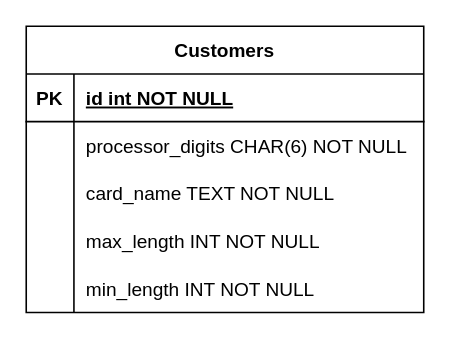
Before: Database Diagram.drawio in SorenEdwards/py-credit-card-validity, a draw.io diagram. Source tidied: cells renumbered, new cells numbered last; positions are measured from the earlier drawing's top-left corner, leaving out a move shared by most shapes. Both pictures are drawn from the tidied source at 159%, with x=0, y=0 at pixel (25, 25).
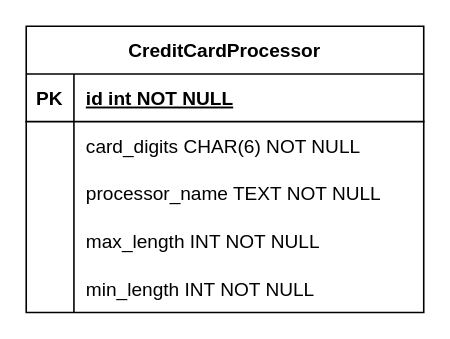
After the change.

The edit, as a diff of the source:
```diff
@@
 <mxGraphModel>
   <root>
     <mxCell id="0" />
     <mxCell id="1" parent="0" />
-    <mxCell id="2" value="Customers" style="shape=table;startSize=30;childLayout=tableLayout;rowLines=0;fontStyle=1;align=center;" parent="1" vertex="1">
+    <mxCell id="2" value="CreditCardProcessor" style="shape=table;startSize=30;childLayout=tableLayout;rowLines=0;fontStyle=1;align=center;" parent="1" vertex="1">
       <mxGeometry width="250" height="180" as="geometry" />
     </mxCell>
     <mxCell id="3" style="shape=partialRectangle;fillColor=none;top=0;left=0;right=0;bottom=1;" parent="2" vertex="1">
       <mxGeometry y="30" width="250" height="30" as="geometry" />
     </mxCell>
     <mxCell id="4" value="PK" style="shape=partialRectangle;overflow=hidden;fillColor=none;top=0;left=0;bottom=0;right=0;fontStyle=1;" parent="3" vertex="1">
       <mxGeometry width="30" height="30" as="geometry" />
     </mxCell>
     <mxCell id="5" value="id int NOT NULL " style="shape=partialRectangle;overflow=hidden;fillColor=none;top=0;left=0;bottom=0;right=0;align=left;spacingLeft=6;fontStyle=5;" parent="3" vertex="1">
       <mxGeometry x="30" width="220" height="30" as="geometry" />
     </mxCell>
     <mxCell id="6" style="shape=partialRectangle;fillColor=none;top=0;left=0;right=0;bottom=0;" parent="2" vertex="1">
       <mxGeometry y="60" width="250" height="30" as="geometry" />
     </mxCell>
     <mxCell id="7" style="shape=partialRectangle;overflow=hidden;fillColor=none;top=0;left=0;bottom=0;right=0;" parent="6" vertex="1">
       <mxGeometry width="30" height="30" as="geometry" />
     </mxCell>
-    <mxCell id="8" value="processor_digits CHAR(6) NOT NULL" style="shape=partialRectangle;overflow=hidden;fillColor=none;top=0;left=0;bottom=0;right=0;align=left;spacingLeft=6;" parent="6" vertex="1">
+    <mxCell id="8" value="card_digits CHAR(6) NOT NULL" style="shape=partialRectangle;overflow=hidden;fillColor=none;top=0;left=0;bottom=0;right=0;align=left;spacingLeft=6;" parent="6" vertex="1">
       <mxGeometry x="30" width="220" height="30" as="geometry" />
     </mxCell>
     <mxCell id="9" style="shape=partialRectangle;fillColor=none;top=0;left=0;right=0;bottom=0;" parent="2" vertex="1">
       <mxGeometry y="90" width="250" height="30" as="geometry" />
     </mxCell>
     <mxCell id="10" style="shape=partialRectangle;overflow=hidden;fillColor=none;top=0;left=0;bottom=0;right=0;" parent="9" vertex="1">
       <mxGeometry width="30" height="30" as="geometry" />
     </mxCell>
-    <mxCell id="11" value="card_name TEXT NOT NULL" style="shape=partialRectangle;overflow=hidden;fillColor=none;top=0;left=0;bottom=0;right=0;align=left;spacingLeft=6;" parent="9" vertex="1">
+    <mxCell id="11" value="processor_name TEXT NOT NULL" style="shape=partialRectangle;overflow=hidden;fillColor=none;top=0;left=0;bottom=0;right=0;align=left;spacingLeft=6;" parent="9" vertex="1">
       <mxGeometry x="30" width="220" height="30" as="geometry" />
     </mxCell>
     <mxCell id="12" style="shape=partialRectangle;fillColor=none;top=0;left=0;right=0;bottom=0;" parent="2" vertex="1">
       <mxGeometry y="120" width="250" height="30" as="geometry" />
     </mxCell>
     <mxCell id="13" style="shape=partialRectangle;overflow=hidden;fillColor=none;top=0;left=0;bottom=0;right=0;" parent="12" vertex="1">
       <mxGeometry width="30" height="30" as="geometry" />
     </mxCell>
     <mxCell id="14" value="max_length INT NOT NULL" style="shape=partialRectangle;overflow=hidden;fillColor=none;top=0;left=0;bottom=0;right=0;align=left;spacingLeft=6;" parent="12" vertex="1">
       <mxGeometry x="30" width="220" height="30" as="geometry" />
     </mxCell>
     <mxCell id="15" style="shape=partialRectangle;fillColor=none;top=0;left=0;right=0;bottom=0;" parent="2" vertex="1">
       <mxGeometry y="150" width="250" height="30" as="geometry" />
     </mxCell>
     <mxCell id="16" style="shape=partialRectangle;overflow=hidden;fillColor=none;top=0;left=0;bottom=0;right=0;" parent="15" vertex="1">
       <mxGeometry width="30" height="30" as="geometry" />
     </mxCell>
     <mxCell id="17" value="min_length INT NOT NULL" style="shape=partialRectangle;overflow=hidden;fillColor=none;top=0;left=0;bottom=0;right=0;align=left;spacingLeft=6;" parent="15" vertex="1">
       <mxGeometry x="30" width="220" height="30" as="geometry" />
     </mxCell>
   </root>
 </mxGraphModel>
```
